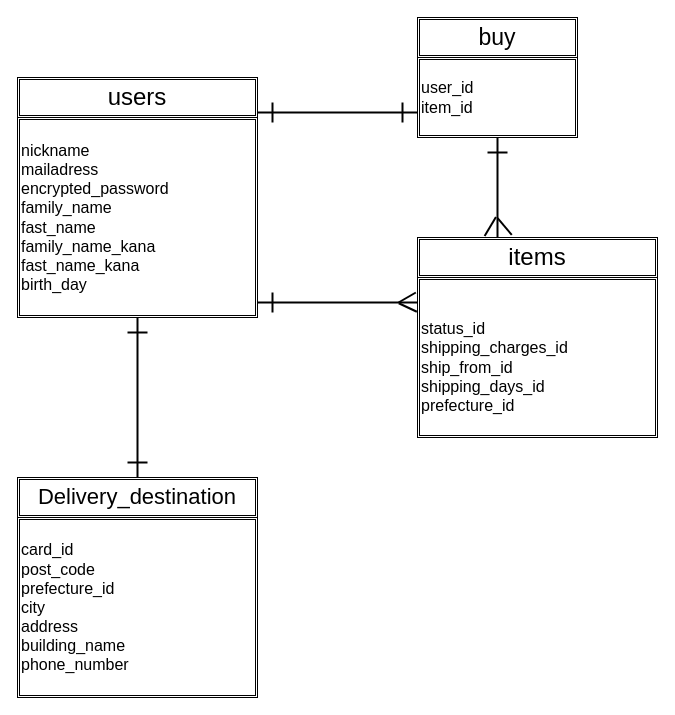
Above: FURIMA-34727.dio in LYFTaoz/furima-34727 (draw.io), before the change. Source tidied: cells renumbered, new cells numbered last; positions are measured from the earlier drawing's top-left corner, leaving out a move shared by most shapes. Both pictures are drawn from the tidied source at 100%, with x=0, y=0 at pixel (17, 17).
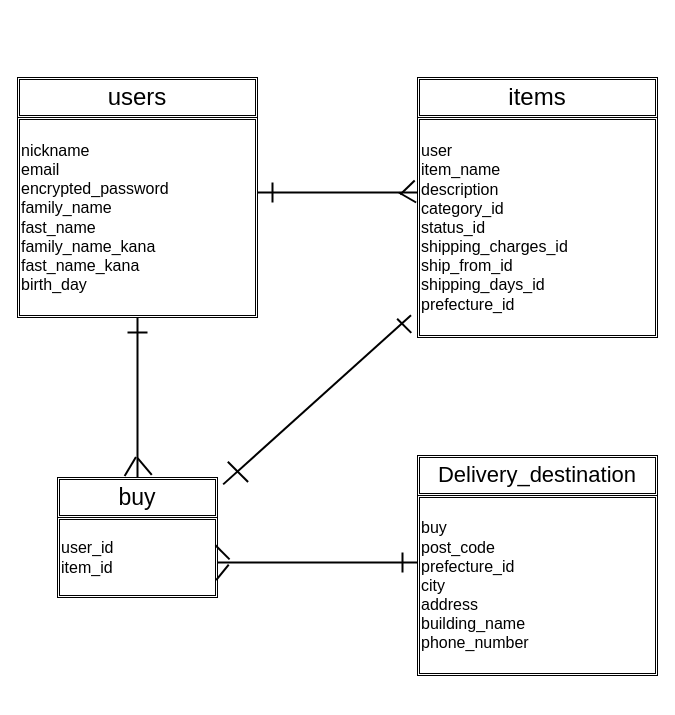
After the change.

Commit message (it also covers changes not shown here):
データベース設計　修正４

The edit, as a diff of the source:
```diff
@@
-    <mxCell id="3" value="nickname&lt;br&gt;mailadress&lt;br&gt;encrypted_password&lt;br&gt;family_name&lt;br&gt;fast_name&lt;br&gt;family_name_kana&lt;br&gt;fast_name_kana&lt;br&gt;birth_day" style="shape=ext;double=1;rounded=0;whiteSpace=wrap;html=1;align=left;fontSize=16;" parent="1" vertex="1">
+    <mxCell id="3" value="nickname&lt;br&gt;email&lt;br&gt;encrypted_password&lt;br&gt;family_name&lt;br&gt;fast_name&lt;br&gt;family_name_kana&lt;br&gt;fast_name_kana&lt;br&gt;birth_day" style="shape=ext;double=1;rounded=0;whiteSpace=wrap;html=1;align=left;fontSize=16;" parent="1" vertex="1">
       <mxGeometry y="100" width="240" height="200" as="geometry" />
     </mxCell>
     <mxCell id="4" value="&lt;span style=&quot;font-size: 23px&quot;&gt;buy&lt;/span&gt;" style="shape=ext;double=1;rounded=0;whiteSpace=wrap;html=1;fontSize=16;align=center;" parent="1" vertex="1">
-      <mxGeometry x="400" width="160" height="40" as="geometry" />
+      <mxGeometry x="40" y="460" width="160" height="40" as="geometry" />
     </mxCell>
@@
     <mxCell id="6" value="user_id&lt;br&gt;item_id" style="shape=ext;double=1;rounded=0;whiteSpace=wrap;html=1;fontSize=16;align=left;" parent="1" vertex="1">
-      <mxGeometry x="400" y="40" width="160" height="80" as="geometry" />
+      <mxGeometry x="40" y="500" width="160" height="80" as="geometry" />
     </mxCell>
     <mxCell id="7" value="&lt;font style=&quot;font-size: 22px&quot;&gt;Delivery_destination&lt;/font&gt;" style="shape=ext;double=1;rounded=0;whiteSpace=wrap;html=1;fontSize=16;align=center;" parent="1" vertex="1">
-      <mxGeometry y="460" width="240" height="40" as="geometry" />
+      <mxGeometry x="400" y="438" width="240" height="40" as="geometry" />
     </mxCell>
-    <mxCell id="8" value="card_id&lt;br&gt;post_code&lt;br&gt;prefecture_id&lt;br&gt;city&lt;br&gt;address&lt;br&gt;building_name&lt;br&gt;phone_number" style="shape=ext;double=1;rounded=0;whiteSpace=wrap;html=1;fontSize=16;align=left;" parent="1" vertex="1">
-      <mxGeometry y="500" width="240" height="180" as="geometry" />
+    <mxCell id="8" value="buy&lt;br&gt;post_code&lt;br&gt;prefecture_id&lt;br&gt;city&lt;br&gt;address&lt;br&gt;building_name&lt;br&gt;phone_number" style="shape=ext;double=1;rounded=0;whiteSpace=wrap;html=1;fontSize=16;align=left;" parent="1" vertex="1">
+      <mxGeometry x="400" y="478" width="240" height="180" as="geometry" />
     </mxCell>
     <mxCell id="9" value="items" style="shape=ext;double=1;rounded=0;whiteSpace=wrap;html=1;fontSize=24;align=center;" parent="1" vertex="1">
-      <mxGeometry x="400" y="220" width="240" height="40" as="geometry" />
+      <mxGeometry x="400" y="60" width="240" height="40" as="geometry" />
     </mxCell>
-    <mxCell id="10" value="&lt;br&gt;status_id&lt;br&gt;shipping_charges_id&lt;br&gt;ship_from_id&lt;br&gt;shipping_days_id&lt;br&gt;prefecture_id&lt;br&gt;" style="shape=ext;double=1;rounded=0;whiteSpace=wrap;html=1;fontSize=16;align=left;" parent="1" vertex="1">
-      <mxGeometry x="400" y="260" width="240" height="160" as="geometry" />
+    <mxCell id="10" value="user&lt;br&gt;item_name&lt;br&gt;description&lt;br&gt;category_id&lt;br&gt;status_id&lt;br&gt;shipping_charges_id&lt;br&gt;ship_from_id&lt;br&gt;shipping_days_id&lt;br&gt;prefecture_id" style="shape=ext;double=1;rounded=0;whiteSpace=wrap;html=1;fontSize=16;align=left;" parent="1" vertex="1">
+      <mxGeometry x="400" y="100" width="240" height="220" as="geometry" />
     </mxCell>
-    <mxCell id="11" style="line;strokeWidth=2;direction=south;html=1;rounded=0;fontSize=16;align=left;labelBackgroundColor=#FFFFFF;" parent="1" vertex="1">
-      <mxGeometry x="115" y="300" width="10" height="160" as="geometry" />
-    </mxCell>
-    <mxCell id="12" style="line;strokeWidth=2;html=1;rounded=0;fontSize=16;align=left;" parent="1" vertex="1">
-      <mxGeometry x="110" y="310" width="20" height="10" as="geometry" />
-    </mxCell>
-    <mxCell id="13" style="line;strokeWidth=2;html=1;rounded=0;fontSize=16;align=left;" parent="1" vertex="1">
-      <mxGeometry x="110" y="440" width="20" height="10" as="geometry" />
-    </mxCell>
     <mxCell id="14" style="line;strokeWidth=2;html=1;rounded=0;fontSize=16;align=left;" parent="1" vertex="1">
-      <mxGeometry x="240" y="90" width="160" height="10" as="geometry" />
+      <mxGeometry x="240" y="170" width="160" height="10" as="geometry" />
     </mxCell>
     <mxCell id="15" style="line;strokeWidth=2;direction=south;html=1;rounded=0;fontSize=16;align=left;" parent="1" vertex="1">
-      <mxGeometry x="250" y="85" width="10" height="20" as="geometry" />
+      <mxGeometry x="250" y="165" width="10" height="20" as="geometry" />
     </mxCell>
-    <mxCell id="16" style="line;strokeWidth=2;direction=south;html=1;rounded=0;fontSize=16;align=left;" parent="1" vertex="1">
-      <mxGeometry x="380" y="85" width="10" height="20" as="geometry" />
+    <mxCell id="16" style="line;strokeWidth=2;direction=south;html=1;rounded=0;fontSize=16;align=left;rotation=46;" parent="1" vertex="1">
+      <mxGeometry x="380" y="160" width="20" height="20" as="geometry" />
     </mxCell>
-    <mxCell id="17" style="line;strokeWidth=2;html=1;rounded=0;fontSize=16;align=left;" parent="1" vertex="1">
-      <mxGeometry x="240" y="280" width="160" height="10" as="geometry" />
-    </mxCell>
-    <mxCell id="18" style="line;strokeWidth=2;direction=south;html=1;rounded=0;fontSize=16;align=left;" parent="1" vertex="1">
-      <mxGeometry x="250" y="275" width="10" height="20" as="geometry" />
-    </mxCell>
-    <mxCell id="19" style="line;strokeWidth=2;direction=south;html=1;rounded=0;fontSize=16;align=left;rotation=60;" parent="1" vertex="1">
-      <mxGeometry x="380" y="270" width="19.4" height="20" as="geometry" />
-    </mxCell>
-    <mxCell id="20" style="line;strokeWidth=2;direction=south;html=1;rounded=0;fontSize=16;align=left;rotation=115;" parent="1" vertex="1">
-      <mxGeometry x="380.6" y="280" width="19.4" height="20" as="geometry" />
-    </mxCell>
     <mxCell id="21" style="line;strokeWidth=2;direction=south;html=1;rounded=0;fontSize=16;align=left;labelBackgroundColor=#FFFFFF;" parent="1" vertex="1">
-      <mxGeometry x="475" y="120" width="10" height="100" as="geometry" />
+      <mxGeometry x="115" y="300" width="10" height="160" as="geometry" />
     </mxCell>
     <mxCell id="22" style="line;strokeWidth=2;html=1;rounded=0;fontSize=16;align=left;" parent="1" vertex="1">
-      <mxGeometry x="470" y="130" width="20" height="10" as="geometry" />
+      <mxGeometry x="110" y="310" width="20" height="10" as="geometry" />
     </mxCell>
     <mxCell id="23" style="line;strokeWidth=2;direction=south;html=1;rounded=0;fontSize=16;align=left;rotation=31;" parent="1" vertex="1">
-      <mxGeometry x="460.6" y="198" width="24.4" height="22" as="geometry" />
+      <mxGeometry x="100.6" y="438" width="24.4" height="22" as="geometry" />
     </mxCell>
     <mxCell id="24" style="line;strokeWidth=2;direction=south;html=1;rounded=0;fontSize=16;align=left;rotation=-40;" parent="1" vertex="1">
-      <mxGeometry x="475" y="198" width="24.4" height="22" as="geometry" />
+      <mxGeometry x="115" y="438" width="24.4" height="22" as="geometry" />
     </mxCell>
+    <mxCell id="25" style="line;strokeWidth=2;html=1;rounded=0;fontSize=16;align=left;" parent="1" vertex="1">
+      <mxGeometry x="200" y="540" width="200" height="10" as="geometry" />
+    </mxCell>
+    <mxCell id="26" style="line;strokeWidth=2;direction=south;html=1;rounded=0;fontSize=16;align=left;" parent="1" vertex="1">
+      <mxGeometry x="380" y="535" width="10" height="20" as="geometry" />
+    </mxCell>
+    <mxCell id="27" style="line;strokeWidth=2;direction=south;html=1;rounded=0;fontSize=16;align=left;rotation=-75;" parent="1" vertex="1">
+      <mxGeometry x="223.7" y="524.8" height="20" as="geometry" />
+    </mxCell>
+    <mxCell id="28" style="line;strokeWidth=2;direction=south;html=1;rounded=0;fontSize=16;align=left;rotation=-45;" parent="1" vertex="1">
+      <mxGeometry x="200" y="524.8" width="10" height="20" as="geometry" />
+    </mxCell>
+    <mxCell id="29" style="line;strokeWidth=2;direction=south;html=1;rounded=0;fontSize=16;align=left;rotation=39;" parent="1" vertex="1">
+      <mxGeometry x="193.1" y="544.8" width="23.7" height="20" as="geometry" />
+    </mxCell>
+    <mxCell id="30" style="line;strokeWidth=2;html=1;rounded=0;fontSize=16;align=left;rotation=-42;" parent="1" vertex="1">
+      <mxGeometry x="173.2" y="377.3" width="252.8" height="10" as="geometry" />
+    </mxCell>
+    <mxCell id="31" style="line;strokeWidth=2;direction=south;html=1;rounded=0;fontSize=16;align=left;rotation=-45;" parent="1" vertex="1">
+      <mxGeometry x="351.7" y="298.3" width="70" height="20" as="geometry" />
+    </mxCell>
+    <mxCell id="32" style="line;strokeWidth=2;direction=south;html=1;rounded=0;fontSize=16;align=left;rotation=-45;" parent="1" vertex="1">
+      <mxGeometry x="217.3" y="440" width="6.3" height="28.7" as="geometry" />
+    </mxCell>
+    <mxCell id="33" style="line;strokeWidth=2;direction=south;html=1;rounded=0;fontSize=16;align=left;rotation=120;" parent="1" vertex="1">
+      <mxGeometry x="380" y="170" width="20" height="20" as="geometry" />
+    </mxCell>
```
